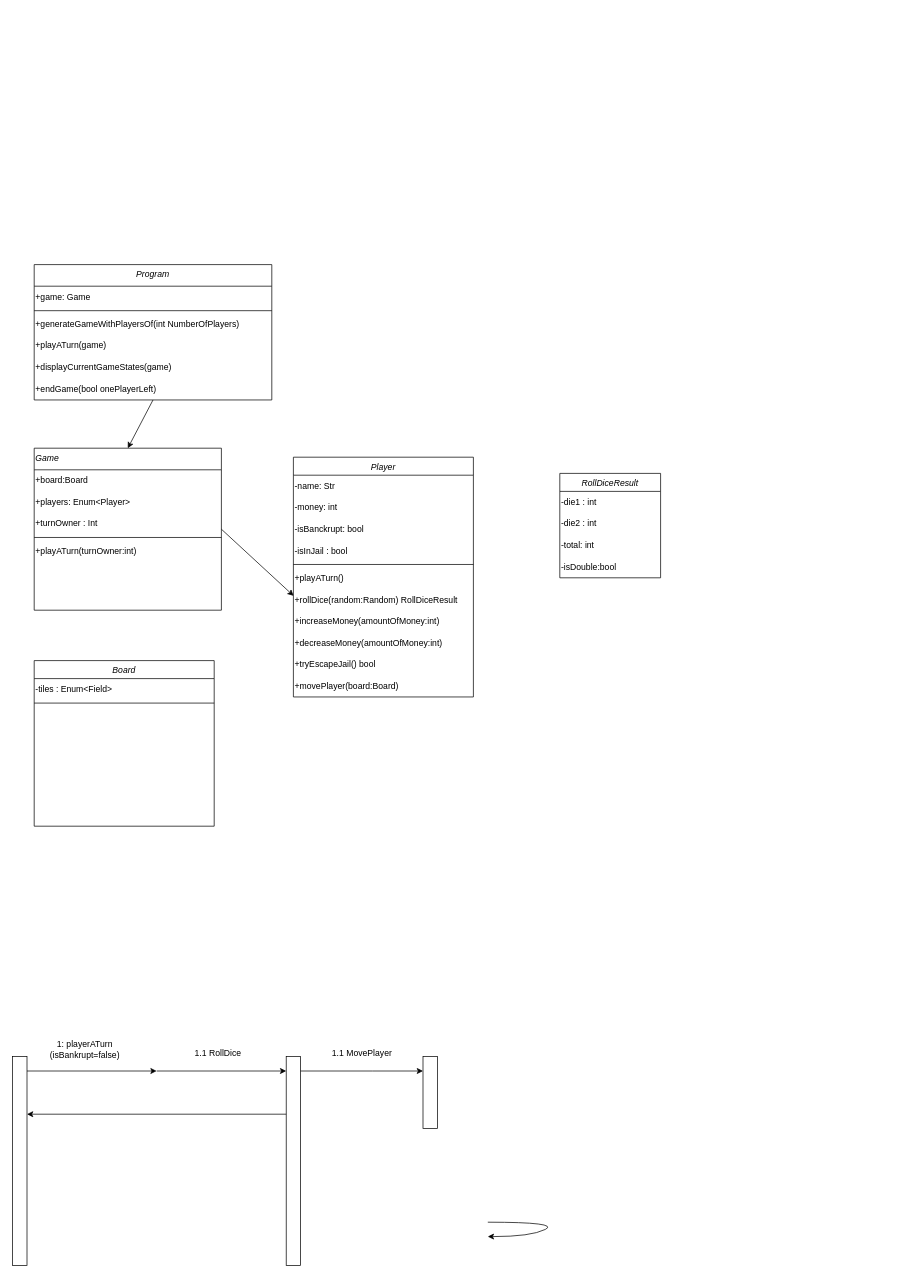
Before: Untitled Diagram.drawio in crimson206/MonopolyWithCSharp, a draw.io diagram. Source tidied: cells renumbered, new cells numbered last; positions are measured from the earlier drawing's top-left corner, leaving out a move shared by most shapes. Both pictures are drawn from the tidied source at 72%, with x=0, y=0 at pixel (12, 264).
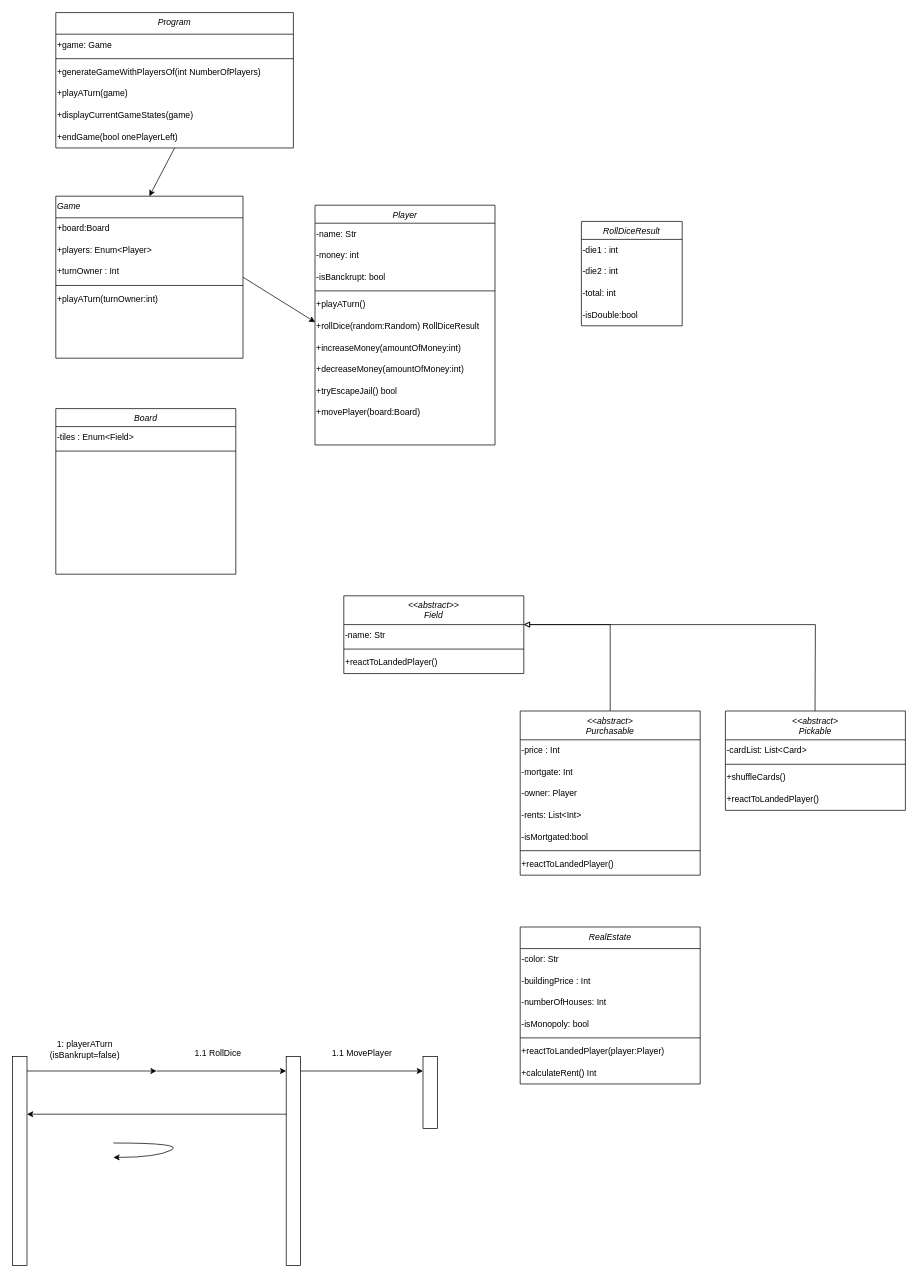
After the change.

Commit message:
UMP:adding field classes

Diff of the diagram source:
```diff
@@
     <mxCell id="2" value="Program" style="swimlane;fontStyle=2;align=center;verticalAlign=top;horizontal=1;startSize=30;rounded=0;shadow=0;strokeWidth=1;" parent="1" vertex="1">
-      <mxGeometry x="30" width="330" height="188" as="geometry" />
+      <mxGeometry x="60" y="-350" width="330" height="188" as="geometry" />
     </mxCell>
@@
     <mxCell id="9" value="Game" style="swimlane;fontStyle=2;align=left;verticalAlign=top;horizontal=1;startSize=30;rounded=0;shadow=0;strokeWidth=1;flipH=1;flipV=0;strokeColor=default;swimlaneLine=1;glass=0;" parent="1" vertex="1">
-      <mxGeometry x="30" y="255" width="260" height="225" as="geometry" />
+      <mxGeometry x="60" y="-95" width="260" height="225" as="geometry" />
     </mxCell>
@@
     <mxCell id="17" value="Player" style="swimlane;fontStyle=2;align=center;verticalAlign=top;horizontal=1;startSize=25;rounded=0;shadow=0;strokeWidth=1;" parent="1" vertex="1">
-      <mxGeometry x="390" y="267.5" width="250" height="333" as="geometry" />
+      <mxGeometry x="420" y="-82.5" width="250" height="333" as="geometry" />
     </mxCell>
@@
-    <mxCell id="21" value="-isInJail : bool" style="text;html=1;align=left;verticalAlign=middle;strokeColor=none;fillColor=none;" parent="17" vertex="1">
-      <mxGeometry y="115" width="250" height="30" as="geometry" />
-    </mxCell>
     <mxCell id="22" style="line;html=1;strokeWidth=1;align=left;verticalAlign=middle;spacingTop=-1;spacingLeft=3;spacingRight=3;labelPosition=right;" parent="17" vertex="1">
-      <mxGeometry y="145" width="250" height="8" as="geometry" />
+      <mxGeometry y="115" width="250" height="8" as="geometry" />
     </mxCell>
     <mxCell id="23" value="+playATurn()" style="text;html=1;align=left;verticalAlign=middle;strokeColor=none;fillColor=none;" parent="17" vertex="1">
-      <mxGeometry y="153" width="250" height="30" as="geometry" />
+      <mxGeometry y="123" width="250" height="30" as="geometry" />
     </mxCell>
     <mxCell id="24" value="+rollDice(random:Random) RollDiceResult" style="text;html=1;align=left;verticalAlign=middle;points=[];strokeColor=none;fillColor=none;" parent="17" vertex="1">
-      <mxGeometry y="183" width="250" height="30" as="geometry" />
+      <mxGeometry y="153" width="250" height="30" as="geometry" />
     </mxCell>
     <mxCell id="25" value="+increaseMoney(amountOfMoney:int)" style="text;html=1;align=left;verticalAlign=middle;strokeColor=none;fillColor=none;" parent="17" vertex="1">
-      <mxGeometry y="213" width="250" height="30" as="geometry" />
+      <mxGeometry y="183" width="250" height="30" as="geometry" />
     </mxCell>
     <mxCell id="26" value="+decreaseMoney(amountOfMoney:int)" style="text;html=1;align=left;verticalAlign=middle;strokeColor=none;fillColor=none;" parent="17" vertex="1">
-      <mxGeometry y="243" width="250" height="30" as="geometry" />
+      <mxGeometry y="213" width="250" height="30" as="geometry" />
     </mxCell>
     <mxCell id="27" value="+tryEscapeJail() bool" style="text;html=1;align=left;verticalAlign=middle;strokeColor=none;fillColor=none;" parent="17" vertex="1">
-      <mxGeometry y="273" width="250" height="30" as="geometry" />
+      <mxGeometry y="243" width="250" height="30" as="geometry" />
     </mxCell>
     <mxCell id="28" value="+movePlayer(board:Board)" style="text;html=1;align=left;verticalAlign=middle;strokeColor=none;fillColor=none;" parent="17" vertex="1">
-      <mxGeometry y="303" width="250" height="30" as="geometry" />
+      <mxGeometry y="273" width="250" height="30" as="geometry" />
     </mxCell>
     <mxCell id="29" value="RollDiceResult" style="swimlane;fontStyle=2;align=center;verticalAlign=top;horizontal=1;startSize=25;rounded=0;shadow=0;strokeWidth=1;" parent="1" vertex="1">
-      <mxGeometry x="760" y="290" width="140" height="145" as="geometry" />
+      <mxGeometry x="790" y="-60" width="140" height="145" as="geometry" />
     </mxCell>
@@
     <mxCell id="34" value="Board" style="swimlane;fontStyle=2;align=center;verticalAlign=top;horizontal=1;startSize=25;rounded=0;shadow=0;strokeWidth=1;" parent="1" vertex="1">
-      <mxGeometry x="30" y="550" width="250" height="230" as="geometry" />
+      <mxGeometry x="60" y="200" width="250" height="230" as="geometry" />
     </mxCell>
@@
     <mxCell id="41" style="curved=1;endArrow=classic;html=1;rounded=0;strokeColor=default;" parent="1" edge="1">
       <mxGeometry relative="1" as="geometry">
-        <mxPoint x="660" y="1330" as="sourcePoint" />
-        <mxPoint x="660" y="1350" as="targetPoint" />
+        <mxPoint x="140" y="1220" as="sourcePoint" />
+        <mxPoint x="140" y="1240" as="targetPoint" />
         <Array as="points">
-          <mxPoint x="760" y="1330" />
-          <mxPoint x="720" y="1350" />
+          <mxPoint x="240" y="1220" />
+          <mxPoint x="200" y="1240" />
         </Array>
       </mxGeometry>
     </mxCell>
@@
+    <mxCell id="48" value="&lt;&lt;abstract&gt;&gt;&#10;Field" style="swimlane;fontStyle=2;align=center;verticalAlign=top;horizontal=1;startSize=40;rounded=0;shadow=0;strokeWidth=1;" parent="1" vertex="1">
+      <mxGeometry x="460" y="460" width="250" height="108" as="geometry" />
+    </mxCell>
+    <mxCell id="49" value="-name: Str" style="text;html=1;align=left;verticalAlign=middle;strokeColor=none;fillColor=none;" parent="48" vertex="1">
+      <mxGeometry y="40" width="250" height="30" as="geometry" />
+    </mxCell>
+    <mxCell id="50" style="line;html=1;strokeWidth=1;align=left;verticalAlign=middle;spacingTop=-1;spacingLeft=3;spacingRight=3;labelPosition=right;" parent="48" vertex="1">
+      <mxGeometry y="70" width="250" height="8" as="geometry" />
+    </mxCell>
+    <mxCell id="51" value="+reactToLandedPlayer()" style="text;html=1;align=left;verticalAlign=middle;strokeColor=none;fillColor=none;" parent="48" vertex="1">
+      <mxGeometry y="78" width="250" height="30" as="geometry" />
+    </mxCell>
+    <mxCell id="52" value="&lt;&lt;abstract&gt;&#10;Purchasable" style="swimlane;fontStyle=2;align=center;verticalAlign=top;horizontal=1;startSize=40;rounded=0;shadow=0;strokeWidth=1;" parent="1" vertex="1">
+      <mxGeometry x="705" y="620" width="250" height="228" as="geometry" />
+    </mxCell>
+    <mxCell id="53" value="-price : Int" style="text;html=1;align=left;verticalAlign=middle;strokeColor=none;fillColor=none;" parent="52" vertex="1">
+      <mxGeometry y="40" width="250" height="30" as="geometry" />
+    </mxCell>
+    <mxCell id="54" value="-mortgate: Int" style="text;html=1;align=left;verticalAlign=middle;strokeColor=none;fillColor=none;" parent="52" vertex="1">
+      <mxGeometry y="70" width="250" height="30" as="geometry" />
+    </mxCell>
+    <mxCell id="55" value="-owner: Player" style="text;html=1;align=left;verticalAlign=middle;strokeColor=none;fillColor=none;" parent="52" vertex="1">
+      <mxGeometry y="100" width="250" height="30" as="geometry" />
+    </mxCell>
+    <mxCell id="56" value="-rents: List&amp;lt;Int&amp;gt;" style="text;html=1;align=left;verticalAlign=middle;strokeColor=none;fillColor=none;" parent="52" vertex="1">
+      <mxGeometry y="130" width="250" height="30" as="geometry" />
+    </mxCell>
+    <mxCell id="57" value="-isMortgated:bool" style="text;html=1;align=left;verticalAlign=middle;strokeColor=none;fillColor=none;" parent="52" vertex="1">
+      <mxGeometry y="160" width="250" height="30" as="geometry" />
+    </mxCell>
+    <mxCell id="58" style="line;html=1;strokeWidth=1;align=left;verticalAlign=middle;spacingTop=-1;spacingLeft=3;spacingRight=3;labelPosition=right;" parent="52" vertex="1">
+      <mxGeometry y="190" width="250" height="8" as="geometry" />
+    </mxCell>
+    <mxCell id="59" value="+reactToLandedPlayer()" style="text;html=1;align=left;verticalAlign=middle;strokeColor=none;fillColor=none;" parent="52" vertex="1">
+      <mxGeometry y="198" width="250" height="30" as="geometry" />
+    </mxCell>
+    <mxCell id="60" style="endArrow=block;html=1;rounded=0;exitX=0.5;exitY=0;exitDx=0;exitDy=0;endFill=0;" parent="1" edge="1" source="52">
+      <mxGeometry relative="1" as="geometry">
+        <mxPoint x="710" y="500" as="targetPoint" />
+        <Array as="points">
+          <mxPoint x="830" y="500" />
+        </Array>
+      </mxGeometry>
+    </mxCell>
+    <mxCell id="61" value="&lt;&lt;abstract&gt;&#10;Pickable" style="swimlane;fontStyle=2;align=center;verticalAlign=top;horizontal=1;startSize=40;rounded=0;shadow=0;strokeWidth=1;" parent="1" vertex="1">
+      <mxGeometry x="990" y="620" width="250" height="138" as="geometry" />
+    </mxCell>
+    <mxCell id="62" value="-cardList: List&amp;lt;Card&amp;gt;" style="text;html=1;align=left;verticalAlign=middle;strokeColor=none;fillColor=none;" parent="61" vertex="1">
+      <mxGeometry y="40" width="250" height="30" as="geometry" />
+    </mxCell>
+    <mxCell id="63" style="line;html=1;strokeWidth=1;align=left;verticalAlign=middle;spacingTop=-1;spacingLeft=3;spacingRight=3;labelPosition=right;" parent="61" vertex="1">
+      <mxGeometry y="70" width="250" height="8" as="geometry" />
+    </mxCell>
+    <mxCell id="64" value="+shuffleCards()" style="text;html=1;align=left;verticalAlign=middle;strokeColor=none;fillColor=none;" parent="61" vertex="1">
+      <mxGeometry y="78" width="250" height="30" as="geometry" />
+    </mxCell>
+    <mxCell id="65" value="+reactToLandedPlayer()" style="text;html=1;align=left;verticalAlign=middle;strokeColor=none;fillColor=none;" parent="61" vertex="1">
+      <mxGeometry y="108" width="250" height="30" as="geometry" />
+    </mxCell>
+    <mxCell id="66" style="endArrow=block;html=1;rounded=0;exitX=0.5;exitY=0;exitDx=0;exitDy=0;endFill=0;" parent="1" edge="1">
+      <mxGeometry relative="1" as="geometry">
+        <mxPoint x="1114.5" y="620" as="sourcePoint" />
+        <mxPoint x="710" y="500" as="targetPoint" />
+        <Array as="points">
+          <mxPoint x="1115" y="500" />
+        </Array>
+      </mxGeometry>
+    </mxCell>
+    <mxCell id="67" value="RealEstate" style="swimlane;fontStyle=2;align=center;verticalAlign=top;horizontal=1;startSize=30;rounded=0;shadow=0;strokeWidth=1;" parent="1" vertex="1">
+      <mxGeometry x="705" y="920" width="250" height="218" as="geometry" />
+    </mxCell>
+    <mxCell id="68" value="-color: Str" style="text;html=1;align=left;verticalAlign=middle;strokeColor=none;fillColor=none;" parent="67" vertex="1">
+      <mxGeometry y="30" width="250" height="30" as="geometry" />
+    </mxCell>
+    <mxCell id="69" value="-buildingPrice : Int" style="text;html=1;align=left;verticalAlign=middle;strokeColor=none;fillColor=none;" parent="67" vertex="1">
+      <mxGeometry y="60" width="250" height="30" as="geometry" />
+    </mxCell>
+    <mxCell id="70" value="-numberOfHouses: Int" style="text;html=1;align=left;verticalAlign=middle;strokeColor=none;fillColor=none;" parent="67" vertex="1">
+      <mxGeometry y="90" width="250" height="30" as="geometry" />
+    </mxCell>
+    <mxCell id="71" value="-isMonopoly: bool" style="text;html=1;align=left;verticalAlign=middle;strokeColor=none;fillColor=none;" parent="67" vertex="1">
+      <mxGeometry y="120" width="250" height="30" as="geometry" />
+    </mxCell>
+    <mxCell id="72" style="line;html=1;strokeWidth=1;align=left;verticalAlign=middle;spacingTop=-1;spacingLeft=3;spacingRight=3;labelPosition=right;" parent="67" vertex="1">
+      <mxGeometry y="150" width="250" height="8" as="geometry" />
+    </mxCell>
+    <mxCell id="73" value="+reactToLandedPlayer(player:Player)" style="text;html=1;align=left;verticalAlign=middle;strokeColor=none;fillColor=none;" parent="67" vertex="1">
+      <mxGeometry y="158" width="250" height="30" as="geometry" />
+    </mxCell>
+    <mxCell id="74" value="+calculateRent() Int" style="text;html=1;align=left;verticalAlign=middle;strokeColor=none;fillColor=none;" parent="67" vertex="1">
+      <mxGeometry y="188" width="250" height="30" as="geometry" />
+    </mxCell>
```
